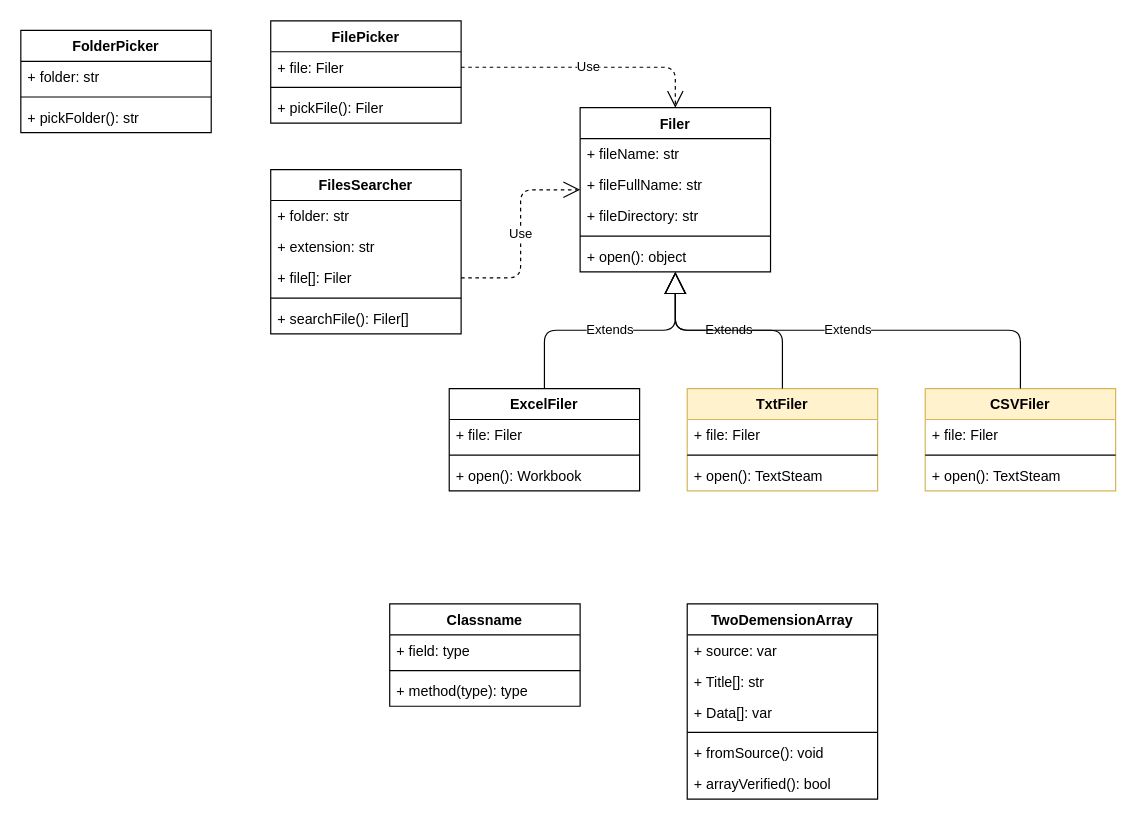
Before: page "FilePicker" (2 of 10) of Master UML For VBA Class.drawio in Youjwxyz/VBA_Library, a draw.io diagram. Source tidied: cells renumbered, new cells numbered last; positions are measured from the earlier drawing's top-left corner, leaving out a move shared by most shapes. Both pictures are drawn from the tidied source at 119%, with x=0, y=0 at pixel (20, 20).
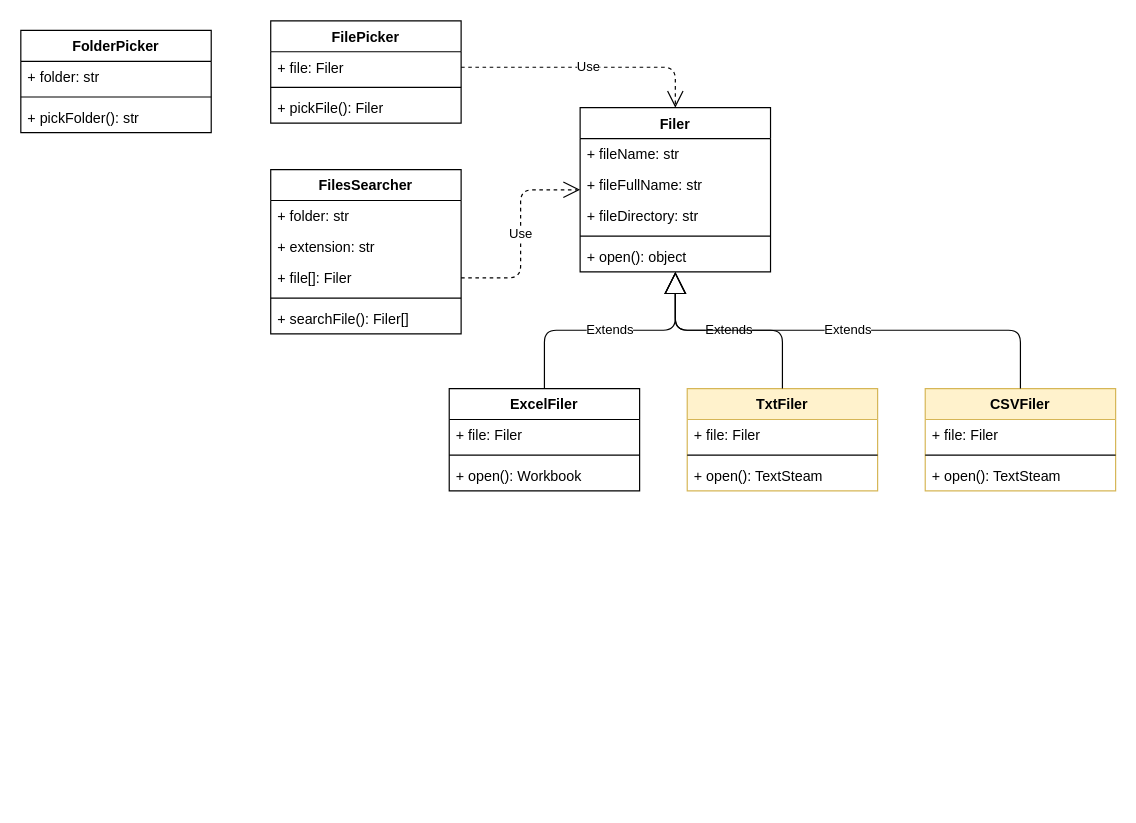
Above is the later version.

What changed in the source:
```diff
@@
-    <mxCell id="39" value="TwoDemensionArray" style="swimlane;fontStyle=1;align=center;verticalAlign=top;horizontal=1;startSize=26;" parent="1" vertex="1">
-      <mxGeometry x="560" y="490" width="160" height="164" as="geometry" />
-    </mxCell>
-    <mxCell id="40" value="+ source: var" style="text;strokeColor=none;fillColor=none;align=left;verticalAlign=top;spacingLeft=4;spacingRight=4;overflow=hidden;" parent="39" vertex="1">
-      <mxGeometry y="26" width="160" height="26" as="geometry" />
-    </mxCell>
-    <mxCell id="41" value="+ Title[]: str" style="text;strokeColor=none;fillColor=none;align=left;verticalAlign=top;spacingLeft=4;spacingRight=4;overflow=hidden;" parent="39" vertex="1">
-      <mxGeometry y="52" width="160" height="26" as="geometry" />
-    </mxCell>
-    <mxCell id="42" value="+ Data[]: var" style="text;strokeColor=none;fillColor=none;align=left;verticalAlign=top;spacingLeft=4;spacingRight=4;overflow=hidden;" parent="39" vertex="1">
-      <mxGeometry y="78" width="160" height="26" as="geometry" />
-    </mxCell>
-    <mxCell id="43" style="line;strokeWidth=1;fillColor=none;align=left;verticalAlign=middle;spacingTop=-1;spacingLeft=3;spacingRight=3;labelPosition=right;" parent="39" vertex="1">
-      <mxGeometry y="104" width="160" height="8" as="geometry" />
-    </mxCell>
-    <mxCell id="44" value="+ fromSource(): void" style="text;strokeColor=none;fillColor=none;align=left;verticalAlign=top;spacingLeft=4;spacingRight=4;overflow=hidden;" parent="39" vertex="1">
-      <mxGeometry y="112" width="160" height="26" as="geometry" />
-    </mxCell>
-    <mxCell id="45" value="+ arrayVerified(): bool" style="text;strokeColor=none;fillColor=none;align=left;verticalAlign=top;spacingLeft=4;spacingRight=4;overflow=hidden;" parent="39" vertex="1">
-      <mxGeometry y="138" width="160" height="26" as="geometry" />
-    </mxCell>
-    <mxCell id="46" value="Classname" style="swimlane;fontStyle=1;align=center;verticalAlign=top;horizontal=1;startSize=26;" parent="1" vertex="1">
-      <mxGeometry x="310" y="490" width="160" height="86" as="geometry" />
-    </mxCell>
-    <mxCell id="47" value="+ field: type" style="text;strokeColor=none;fillColor=none;align=left;verticalAlign=top;spacingLeft=4;spacingRight=4;overflow=hidden;" parent="46" vertex="1">
-      <mxGeometry y="26" width="160" height="26" as="geometry" />
-    </mxCell>
-    <mxCell id="48" style="line;strokeWidth=1;fillColor=none;align=left;verticalAlign=middle;spacingTop=-1;spacingLeft=3;spacingRight=3;labelPosition=right;" parent="46" vertex="1">
-      <mxGeometry y="52" width="160" height="8" as="geometry" />
-    </mxCell>
-    <mxCell id="49" value="+ method(type): type" style="text;strokeColor=none;fillColor=none;align=left;verticalAlign=top;spacingLeft=4;spacingRight=4;overflow=hidden;" parent="46" vertex="1">
-      <mxGeometry y="60" width="160" height="26" as="geometry" />
-    </mxCell>
```
